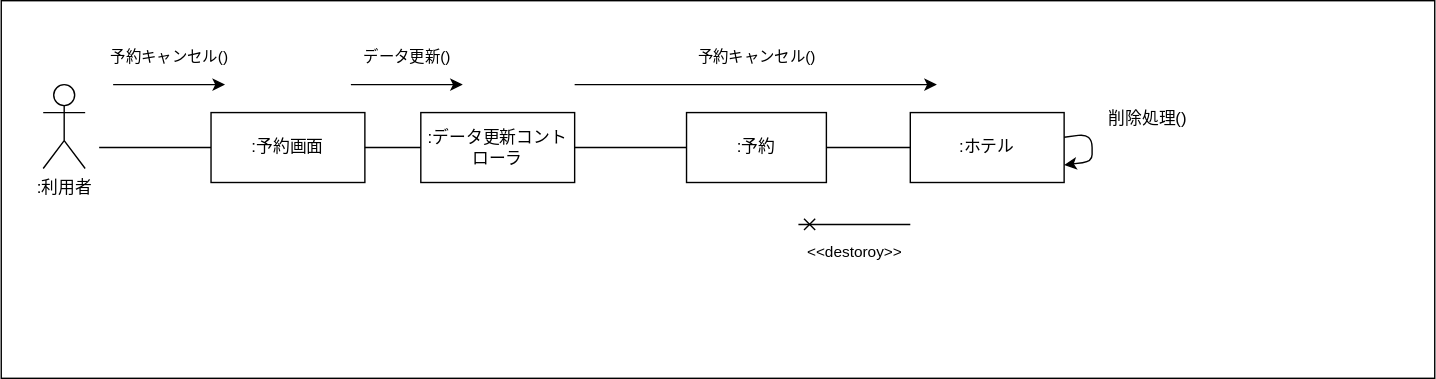
This is 演習５-2_CD_予約登録削除.drawio.svg from kenkensan/uml-introduction, a draw.io export, as it was before one commit. Source tidied: cells renumbered, new cells last; positions are measured from the earlier drawing's top-left corner, leaving out a move shared by most shapes. Its diagram source:
```xml
<mxGraphModel>
  <root>
    <mxCell id="0" />
    <mxCell id="1" parent="0" />
    <mxCell id="2" style="rounded=0;whiteSpace=wrap;html=1;" parent="1" vertex="1">
      <mxGeometry width="1025" height="270" as="geometry" />
    </mxCell>
    <mxCell id="3" value=":利用者" style="shape=umlActor;verticalLabelPosition=bottom;verticalAlign=top;html=1;" parent="1" vertex="1">
      <mxGeometry x="30" y="60" width="30" height="60" as="geometry" />
    </mxCell>
    <mxCell id="4" style="edgeStyle=none;html=1;endArrow=none;endFill=0;" parent="1" edge="1" source="5">
      <mxGeometry relative="1" as="geometry">
        <mxPoint x="70" y="105" as="targetPoint" />
      </mxGeometry>
    </mxCell>
    <mxCell id="5" value=":予約画面" style="whiteSpace=wrap;html=1;" parent="1" vertex="1">
      <mxGeometry x="150" y="80" width="110" height="50" as="geometry" />
    </mxCell>
    <mxCell id="6" style="edgeStyle=none;html=1;entryX=1;entryY=0.5;entryDx=0;entryDy=0;endArrow=none;endFill=0;" parent="1" edge="1" source="7" target="5">
      <mxGeometry relative="1" as="geometry" />
    </mxCell>
    <mxCell id="7" value=":データ更新コントローラ" style="whiteSpace=wrap;html=1;" parent="1" vertex="1">
      <mxGeometry x="300" y="80" width="110" height="50" as="geometry" />
    </mxCell>
    <mxCell id="8" style="edgeStyle=none;html=1;entryX=1;entryY=0.5;entryDx=0;entryDy=0;endArrow=none;endFill=0;startArrow=none;" parent="1" edge="1" source="16" target="7">
      <mxGeometry relative="1" as="geometry" />
    </mxCell>
    <mxCell id="9" value=":ホテル" style="whiteSpace=wrap;html=1;" parent="1" vertex="1">
      <mxGeometry x="650" y="80" width="110" height="50" as="geometry" />
    </mxCell>
    <mxCell id="10" value="予約キャンセル()" style="endArrow=classic;html=1;" parent="1" edge="1">
      <mxGeometry y="20" relative="1" as="geometry">
        <mxPoint x="80" y="60" as="sourcePoint" />
        <mxPoint x="160" y="60" as="targetPoint" />
      </mxGeometry>
    </mxCell>
    <mxCell id="11" value="予約キャンセル()" style="endArrow=classic;html=1;" parent="1" edge="1">
      <mxGeometry y="20" relative="1" as="geometry">
        <mxPoint x="410" y="60" as="sourcePoint" />
        <mxPoint x="669" y="60" as="targetPoint" />
      </mxGeometry>
    </mxCell>
    <mxCell id="12" value="データ更新()" style="endArrow=classic;html=1;" parent="1" edge="1">
      <mxGeometry y="20" relative="1" as="geometry">
        <mxPoint x="250" y="60" as="sourcePoint" />
        <mxPoint x="330" y="60" as="targetPoint" />
      </mxGeometry>
    </mxCell>
    <mxCell id="13" value="削除処理()" style="text;html=1;strokeColor=none;fillColor=none;align=center;verticalAlign=middle;whiteSpace=wrap;rounded=0;" parent="1" vertex="1">
      <mxGeometry x="790" y="70" width="60" height="30" as="geometry" />
    </mxCell>
    <mxCell id="14" style="edgeStyle=none;html=1;entryX=1;entryY=0.75;entryDx=0;entryDy=0;" parent="1" edge="1" source="9" target="9">
      <mxGeometry relative="1" as="geometry" />
    </mxCell>
    <mxCell id="15" style="edgeStyle=none;html=1;entryX=1;entryY=0.5;entryDx=0;entryDy=0;endArrow=none;endFill=0;" parent="1" edge="1" source="9" target="16">
      <mxGeometry relative="1" as="geometry" />
    </mxCell>
    <mxCell id="16" value=":予約" style="whiteSpace=wrap;html=1;" parent="1" vertex="1">
      <mxGeometry x="490" y="80" width="100" height="50" as="geometry" />
    </mxCell>
    <mxCell id="17" value="&amp;lt;&amp;lt;destoroy&amp;gt;&amp;gt;" style="endArrow=cross;html=1;endFill=0;" parent="1" edge="1">
      <mxGeometry y="20" relative="1" as="geometry">
        <mxPoint x="650" y="160" as="sourcePoint" />
        <mxPoint x="570" y="160" as="targetPoint" />
      </mxGeometry>
    </mxCell>
  </root>
</mxGraphModel>
```
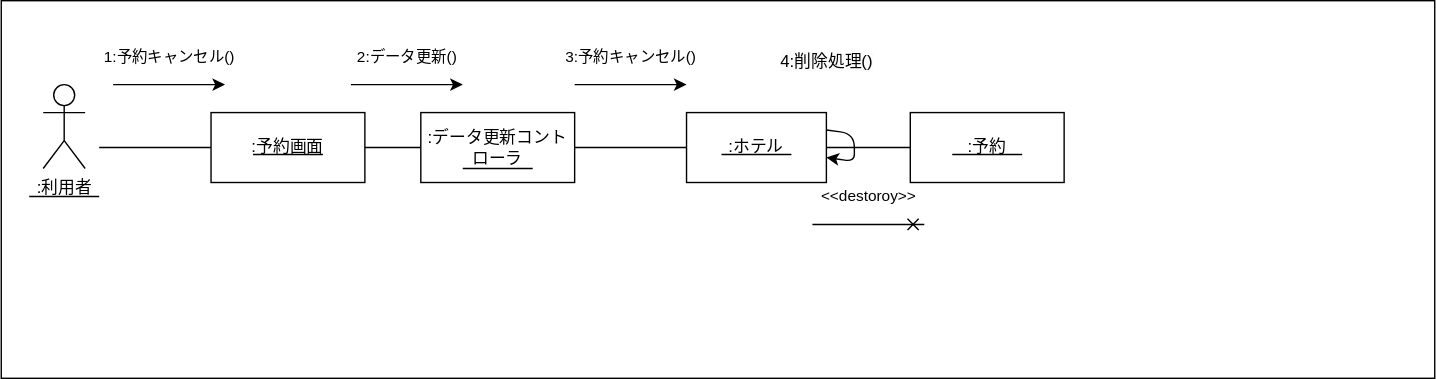
The same file after the commit.

Diff of the diagram source:
```diff
@@ -25,44 +25,73 @@
     <mxCell id="8" style="edgeStyle=none;html=1;entryX=1;entryY=0.5;entryDx=0;entryDy=0;endArrow=none;endFill=0;startArrow=none;" parent="1" edge="1" source="16" target="7">
       <mxGeometry relative="1" as="geometry" />
     </mxCell>
-    <mxCell id="9" value=":ホテル" style="whiteSpace=wrap;html=1;" parent="1" vertex="1">
+    <mxCell id="9" value=":予約" style="whiteSpace=wrap;html=1;" parent="1" vertex="1">
       <mxGeometry x="650" y="80" width="110" height="50" as="geometry" />
     </mxCell>
-    <mxCell id="10" value="予約キャンセル()" style="endArrow=classic;html=1;" parent="1" edge="1">
+    <mxCell id="10" value="1:予約キャンセル()" style="endArrow=classic;html=1;" parent="1" edge="1">
       <mxGeometry y="20" relative="1" as="geometry">
         <mxPoint x="80" y="60" as="sourcePoint" />
         <mxPoint x="160" y="60" as="targetPoint" />
       </mxGeometry>
     </mxCell>
-    <mxCell id="11" value="予約キャンセル()" style="endArrow=classic;html=1;" parent="1" edge="1">
+    <mxCell id="11" value="3:予約キャンセル()" style="endArrow=classic;html=1;" parent="1" edge="1">
       <mxGeometry y="20" relative="1" as="geometry">
         <mxPoint x="410" y="60" as="sourcePoint" />
-        <mxPoint x="669" y="60" as="targetPoint" />
+        <mxPoint x="490" y="60" as="targetPoint" />
       </mxGeometry>
     </mxCell>
-    <mxCell id="12" value="データ更新()" style="endArrow=classic;html=1;" parent="1" edge="1">
+    <mxCell id="12" value="2:データ更新()" style="endArrow=classic;html=1;" parent="1" edge="1">
       <mxGeometry y="20" relative="1" as="geometry">
         <mxPoint x="250" y="60" as="sourcePoint" />
         <mxPoint x="330" y="60" as="targetPoint" />
       </mxGeometry>
     </mxCell>
-    <mxCell id="13" value="削除処理()" style="text;html=1;strokeColor=none;fillColor=none;align=center;verticalAlign=middle;whiteSpace=wrap;rounded=0;" parent="1" vertex="1">
-      <mxGeometry x="790" y="70" width="60" height="30" as="geometry" />
-    </mxCell>
-    <mxCell id="14" style="edgeStyle=none;html=1;entryX=1;entryY=0.75;entryDx=0;entryDy=0;" parent="1" edge="1" source="9" target="9">
-      <mxGeometry relative="1" as="geometry" />
-    </mxCell>
     <mxCell id="15" style="edgeStyle=none;html=1;entryX=1;entryY=0.5;entryDx=0;entryDy=0;endArrow=none;endFill=0;" parent="1" edge="1" source="9" target="16">
       <mxGeometry relative="1" as="geometry" />
     </mxCell>
-    <mxCell id="16" value=":予約" style="whiteSpace=wrap;html=1;" parent="1" vertex="1">
+    <mxCell id="16" value=":ホテル" style="whiteSpace=wrap;html=1;" parent="1" vertex="1">
       <mxGeometry x="490" y="80" width="100" height="50" as="geometry" />
     </mxCell>
     <mxCell id="17" value="&amp;lt;&amp;lt;destoroy&amp;gt;&amp;gt;" style="endArrow=cross;html=1;endFill=0;" parent="1" edge="1">
       <mxGeometry y="20" relative="1" as="geometry">
-        <mxPoint x="650" y="160" as="sourcePoint" />
-        <mxPoint x="570" y="160" as="targetPoint" />
+        <mxPoint x="580" y="160" as="sourcePoint" />
+        <mxPoint x="660" y="160" as="targetPoint" />
       </mxGeometry>
     </mxCell>
+    <mxCell id="18" style="endArrow=none;html=1;" parent="1" edge="1">
+      <mxGeometry relative="1" as="geometry">
+        <mxPoint x="20" y="140" as="sourcePoint" />
+        <mxPoint x="70" y="140" as="targetPoint" />
+      </mxGeometry>
+    </mxCell>
+    <mxCell id="19" style="endArrow=none;html=1;" parent="1" edge="1">
+      <mxGeometry relative="1" as="geometry">
+        <mxPoint x="515" y="110" as="sourcePoint" />
+        <mxPoint x="565" y="110" as="targetPoint" />
+      </mxGeometry>
+    </mxCell>
+    <mxCell id="20" style="endArrow=none;html=1;" parent="1" edge="1">
+      <mxGeometry relative="1" as="geometry">
+        <mxPoint x="330" y="120" as="sourcePoint" />
+        <mxPoint x="380" y="120" as="targetPoint" />
+      </mxGeometry>
+    </mxCell>
+    <mxCell id="21" style="endArrow=none;html=1;" parent="1" edge="1">
+      <mxGeometry relative="1" as="geometry">
+        <mxPoint x="180" y="110" as="sourcePoint" />
+        <mxPoint x="230" y="110" as="targetPoint" />
+      </mxGeometry>
+    </mxCell>
+    <mxCell id="22" style="endArrow=none;html=1;" parent="1" edge="1">
+      <mxGeometry relative="1" as="geometry">
+        <mxPoint x="680" y="110" as="sourcePoint" />
+        <mxPoint x="730" y="110" as="targetPoint" />
+      </mxGeometry>
+    </mxCell>
+    <mxCell id="23" value="&#10;&lt;span style=&quot;color: rgb(0, 0, 0); font-family: Helvetica; font-size: 12px; font-style: normal; font-variant-ligatures: normal; font-variant-caps: normal; font-weight: 400; letter-spacing: normal; orphans: 2; text-align: center; text-indent: 0px; text-transform: none; widows: 2; word-spacing: 0px; -webkit-text-stroke-width: 0px; background-color: rgb(251, 251, 251); text-decoration-thickness: initial; text-decoration-style: initial; text-decoration-color: initial; float: none; display: inline !important;&quot;&gt;4:削除処理()&lt;/span&gt;&#10;&#10;" style="endArrow=classic;html=1;exitX=1;exitY=0.25;exitDx=0;exitDy=0;" parent="1" edge="1" source="16" target="16">
+      <mxGeometry x="-1" y="43" relative="1" as="geometry">
+        <mxPoint x="-5" as="offset" />
+      </mxGeometry>
+    </mxCell>
   </root>
 </mxGraphModel>
```
